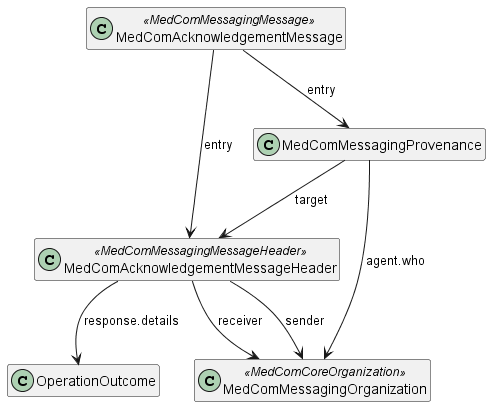
Earlier version of the PlantUML export input/images/MedComAcknowledgementMessage.png (medcomdk/dk-medcom-acknowledgement).
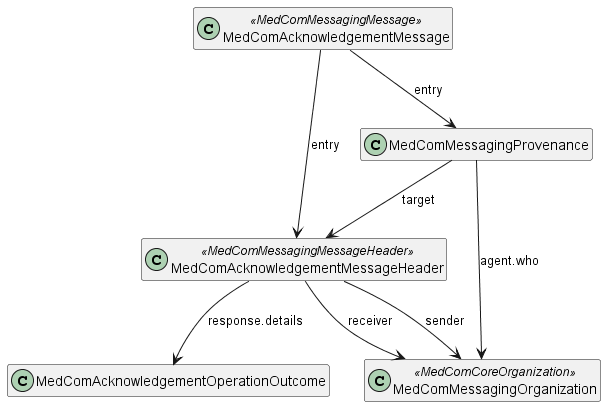
After the change.

Diff of the diagram source:
```diff
@@ -1,4 +1,4 @@
-@startuml Acknowledgement
+@startuml MedComAcknowledgementMessage
 
 hide empty members
 
@@ -6,7 +6,7 @@
 class "MedComAcknowledgementMessageHeader" as messageHeader <<MedComMessagingMessageHeader>>
 class "MedComMessagingOrganization" as organization <<MedComCoreOrganization>>
 class "MedComMessagingProvenance" as provenance
-class "OperationOutcome" as outcome
+class "MedComAcknowledgementOperationOutcome" as outcome
 
 message --> messageHeader : "entry"
 message --> provenance : "entry"
```
